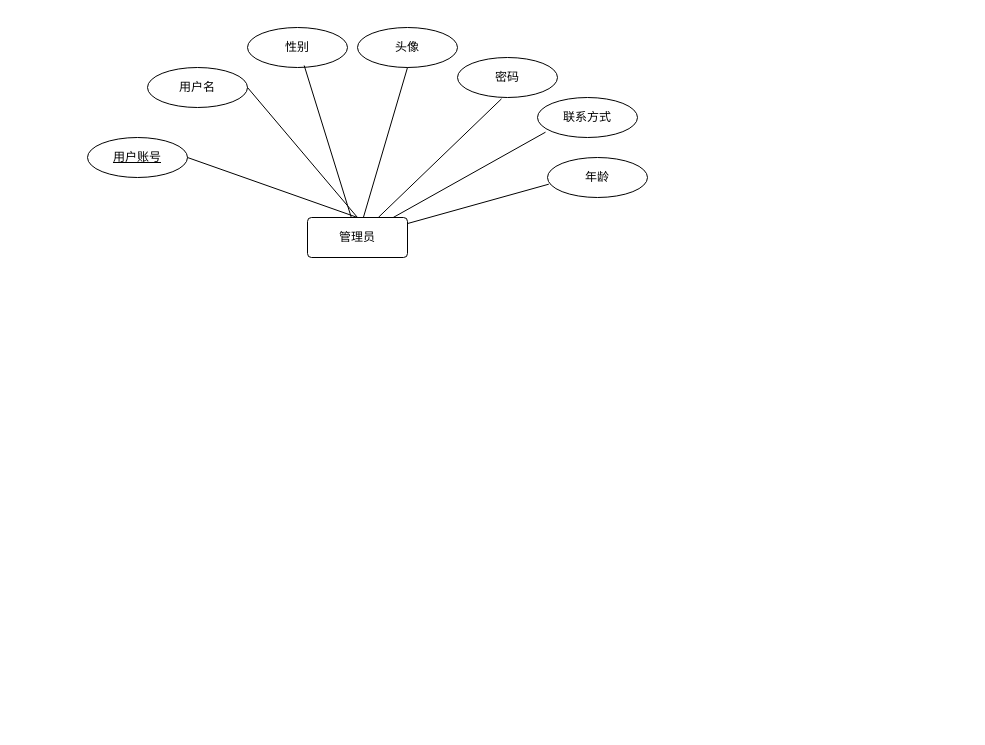
Earlier version of the draw.io diagram 毕设实体E-R图.drawio (pasesc/public_page). Source tidied: cells renumbered, new cells numbered last; positions are measured from the earlier drawing's top-left corner, leaving out a move shared by most shapes. Both pictures are drawn from the tidied source at 100%, with x=0, y=0 at pixel (87, 27).
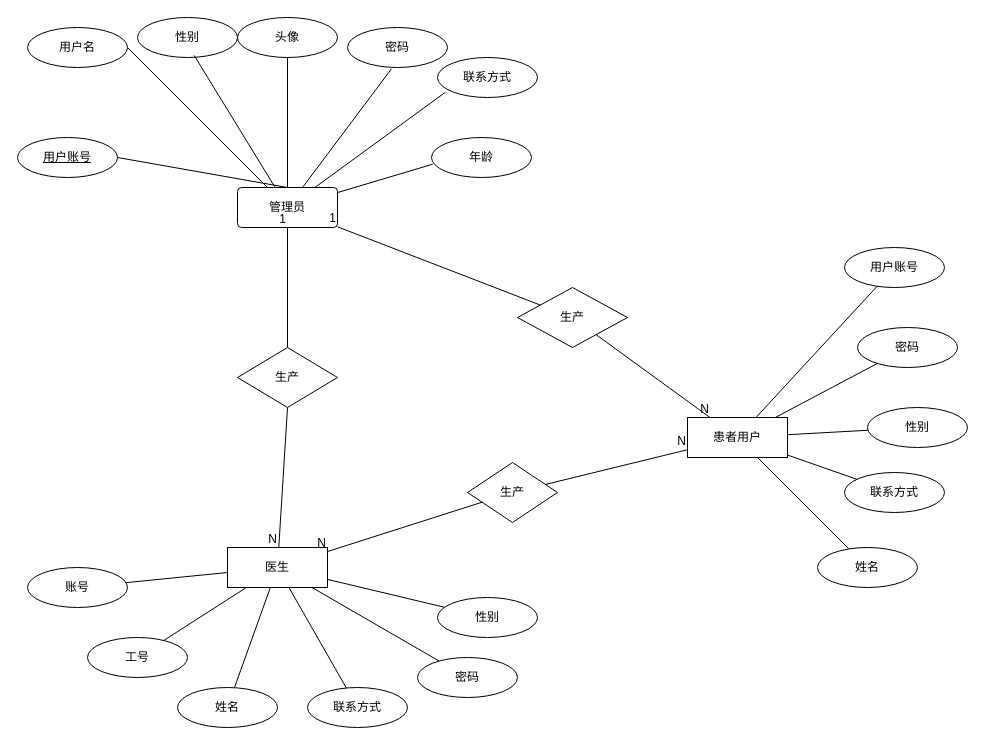
After the change.

Commit message (it also covers changes not shown here):
更新毕设实体E-R图.drawio

Diff of the diagram source:
```diff
@@
     <mxCell id="2" value="管理员" style="rounded=1;arcSize=10;whiteSpace=wrap;html=1;align=center;" parent="1" vertex="1">
-      <mxGeometry x="220" y="190" width="100" height="40" as="geometry" />
+      <mxGeometry x="150" y="160" width="100" height="40" as="geometry" />
     </mxCell>
     <mxCell id="3" value="用户账号" style="ellipse;whiteSpace=wrap;html=1;align=center;fontStyle=4;" parent="1" vertex="1">
-      <mxGeometry y="110" width="100" height="40" as="geometry" />
+      <mxGeometry x="-70" y="110" width="100" height="40" as="geometry" />
     </mxCell>
     <mxCell id="4" value="用户名" style="ellipse;whiteSpace=wrap;html=1;align=center;" parent="1" vertex="1">
-      <mxGeometry x="60" y="40" width="100" height="40" as="geometry" />
+      <mxGeometry x="-60" width="100" height="40" as="geometry" />
     </mxCell>
     <mxCell id="5" value="性别" style="ellipse;whiteSpace=wrap;html=1;align=center;" parent="1" vertex="1">
-      <mxGeometry x="160" width="100" height="40" as="geometry" />
+      <mxGeometry x="50" y="-10" width="100" height="40" as="geometry" />
     </mxCell>
     <mxCell id="6" value="头像" style="ellipse;whiteSpace=wrap;html=1;align=center;" parent="1" vertex="1">
-      <mxGeometry x="270" width="100" height="40" as="geometry" />
+      <mxGeometry x="150" y="-10" width="100" height="40" as="geometry" />
     </mxCell>
     <mxCell id="7" value="密码" style="ellipse;whiteSpace=wrap;html=1;align=center;" parent="1" vertex="1">
-      <mxGeometry x="370" y="30" width="100" height="40" as="geometry" />
+      <mxGeometry x="260" width="100" height="40" as="geometry" />
     </mxCell>
     <mxCell id="8" value="联系方式" style="ellipse;whiteSpace=wrap;html=1;align=center;" parent="1" vertex="1">
-      <mxGeometry x="450" y="70" width="100" height="40" as="geometry" />
+      <mxGeometry x="350" y="30" width="100" height="40" as="geometry" />
     </mxCell>
     <mxCell id="9" value="年龄" style="ellipse;whiteSpace=wrap;html=1;align=center;" parent="1" vertex="1">
-      <mxGeometry x="460" y="130" width="100" height="40" as="geometry" />
+      <mxGeometry x="344" y="110" width="100" height="40" as="geometry" />
     </mxCell>
@@
-    <mxCell id="11" style="endArrow=none;html=1;rounded=0;exitX=1;exitY=0.5;exitDx=0;exitDy=0;" parent="1" edge="1" source="4">
-      <mxGeometry relative="1" as="geometry">
-        <mxPoint x="270" y="190" as="targetPoint" />
-      </mxGeometry>
+    <mxCell id="11" style="endArrow=none;html=1;rounded=0;exitX=1;exitY=0.5;exitDx=0;exitDy=0;" parent="1" edge="1" source="4" target="2">
+      <mxGeometry relative="1" as="geometry" />
     </mxCell>
@@
+    <mxCell id="17" value="医生" style="whiteSpace=wrap;html=1;align=center;" parent="1" vertex="1">
+      <mxGeometry x="140" y="520" width="100" height="40" as="geometry" />
+    </mxCell>
+    <mxCell id="18" value="患者用户" style="whiteSpace=wrap;html=1;align=center;" parent="1" vertex="1">
+      <mxGeometry x="600" y="390" width="100" height="40" as="geometry" />
+    </mxCell>
+    <mxCell id="19" value="工号" style="ellipse;whiteSpace=wrap;html=1;align=center;" parent="1" vertex="1">
+      <mxGeometry y="610" width="100" height="40" as="geometry" />
+    </mxCell>
+    <mxCell id="20" value="账号" style="ellipse;whiteSpace=wrap;html=1;align=center;" parent="1" vertex="1">
+      <mxGeometry x="-60" y="540" width="100" height="40" as="geometry" />
+    </mxCell>
+    <mxCell id="21" value="姓名" style="ellipse;whiteSpace=wrap;html=1;align=center;" parent="1" vertex="1">
+      <mxGeometry x="90" y="660" width="100" height="40" as="geometry" />
+    </mxCell>
+    <mxCell id="22" value="联系方式" style="ellipse;whiteSpace=wrap;html=1;align=center;" parent="1" vertex="1">
+      <mxGeometry x="220" y="660" width="100" height="40" as="geometry" />
+    </mxCell>
+    <mxCell id="23" value="姓名" style="ellipse;whiteSpace=wrap;html=1;align=center;" parent="1" vertex="1">
+      <mxGeometry x="730" y="520" width="100" height="40" as="geometry" />
+    </mxCell>
+    <mxCell id="24" value="密码" style="ellipse;whiteSpace=wrap;html=1;align=center;" parent="1" vertex="1">
+      <mxGeometry x="330" y="630" width="100" height="40" as="geometry" />
+    </mxCell>
+    <mxCell id="25" value="性别" style="ellipse;whiteSpace=wrap;html=1;align=center;" parent="1" vertex="1">
+      <mxGeometry x="780" y="380" width="100" height="40" as="geometry" />
+    </mxCell>
+    <mxCell id="26" value="联系方式" style="ellipse;whiteSpace=wrap;html=1;align=center;" parent="1" vertex="1">
+      <mxGeometry x="757" y="445" width="100" height="40" as="geometry" />
+    </mxCell>
+    <mxCell id="27" value="密码" style="ellipse;whiteSpace=wrap;html=1;align=center;" parent="1" vertex="1">
+      <mxGeometry x="770" y="300" width="100" height="40" as="geometry" />
+    </mxCell>
+    <mxCell id="28" value="用户账号" style="ellipse;whiteSpace=wrap;html=1;align=center;" parent="1" vertex="1">
+      <mxGeometry x="757" y="220" width="100" height="40" as="geometry" />
+    </mxCell>
+    <mxCell id="29" value="性别" style="ellipse;whiteSpace=wrap;html=1;align=center;" parent="1" vertex="1">
+      <mxGeometry x="350" y="570" width="100" height="40" as="geometry" />
+    </mxCell>
+    <mxCell id="30" style="endArrow=none;html=1;rounded=0;" parent="1" edge="1" source="20" target="17">
+      <mxGeometry relative="1" as="geometry" />
+    </mxCell>
+    <mxCell id="31" style="endArrow=none;html=1;rounded=0;" parent="1" edge="1" source="19" target="17">
+      <mxGeometry relative="1" as="geometry" />
+    </mxCell>
+    <mxCell id="32" style="endArrow=none;html=1;rounded=0;" parent="1" edge="1" source="21" target="17">
+      <mxGeometry relative="1" as="geometry" />
+    </mxCell>
+    <mxCell id="33" style="endArrow=none;html=1;rounded=0;" parent="1" edge="1" source="17" target="22">
+      <mxGeometry relative="1" as="geometry" />
+    </mxCell>
+    <mxCell id="34" style="endArrow=none;html=1;rounded=0;" parent="1" edge="1" source="17" target="24">
+      <mxGeometry relative="1" as="geometry" />
+    </mxCell>
+    <mxCell id="35" style="endArrow=none;html=1;rounded=0;" parent="1" edge="1" source="17" target="29">
+      <mxGeometry relative="1" as="geometry" />
+    </mxCell>
+    <mxCell id="36" style="endArrow=none;html=1;rounded=0;" parent="1" edge="1" source="18" target="23">
+      <mxGeometry relative="1" as="geometry" />
+    </mxCell>
+    <mxCell id="37" style="endArrow=none;html=1;rounded=0;" parent="1" edge="1" source="18" target="26">
+      <mxGeometry relative="1" as="geometry" />
+    </mxCell>
+    <mxCell id="38" style="endArrow=none;html=1;rounded=0;" parent="1" edge="1" source="18" target="25">
+      <mxGeometry relative="1" as="geometry" />
+    </mxCell>
+    <mxCell id="39" style="endArrow=none;html=1;rounded=0;" parent="1" edge="1" source="18" target="27">
+      <mxGeometry relative="1" as="geometry" />
+    </mxCell>
+    <mxCell id="40" style="endArrow=none;html=1;rounded=0;" parent="1" edge="1" source="18" target="28">
+      <mxGeometry relative="1" as="geometry" />
+    </mxCell>
+    <mxCell id="41" value="生产" style="shape=rhombus;perimeter=rhombusPerimeter;whiteSpace=wrap;html=1;align=center;" parent="1" vertex="1">
+      <mxGeometry x="150" y="320" width="100" height="60" as="geometry" />
+    </mxCell>
+    <mxCell id="42" style="endArrow=none;html=1;rounded=0;exitX=0.5;exitY=1;exitDx=0;exitDy=0;" parent="1" edge="1" source="41" target="17">
+      <mxGeometry relative="1" as="geometry" />
+    </mxCell>
+    <mxCell id="43" value="N" style="html=1;whiteSpace=wrap;align=right;verticalAlign=bottom;" parent="42" vertex="1">
+      <mxGeometry x="1" relative="1" as="geometry" />
+    </mxCell>
+    <mxCell id="44" style="endArrow=none;html=1;rounded=0;entryX=0.5;entryY=1;entryDx=0;entryDy=0;" parent="1" edge="1" source="41" target="2">
+      <mxGeometry relative="1" as="geometry" />
+    </mxCell>
+    <mxCell id="45" value="1" style="html=1;whiteSpace=wrap;align=right;verticalAlign=bottom;" parent="44" vertex="1">
+      <mxGeometry x="1" relative="1" as="geometry" />
+    </mxCell>
+    <mxCell id="46" value="生产" style="shape=rhombus;perimeter=rhombusPerimeter;whiteSpace=wrap;html=1;align=center;" parent="1" vertex="1">
+      <mxGeometry x="430" y="260" width="110" height="60" as="geometry" />
+    </mxCell>
+    <mxCell id="47" style="endArrow=none;html=1;rounded=0;" parent="1" edge="1" source="46" target="18">
+      <mxGeometry relative="1" as="geometry" />
+    </mxCell>
+    <mxCell id="48" value="N" style="html=1;whiteSpace=wrap;align=right;verticalAlign=bottom;" parent="47" vertex="1">
+      <mxGeometry x="1" relative="1" as="geometry" />
+    </mxCell>
+    <mxCell id="49" style="endArrow=none;html=1;rounded=0;" parent="1" edge="1" source="46" target="2">
+      <mxGeometry relative="1" as="geometry" />
+    </mxCell>
+    <mxCell id="50" value="1" style="html=1;whiteSpace=wrap;align=right;verticalAlign=bottom;" parent="49" vertex="1">
+      <mxGeometry x="1" relative="1" as="geometry" />
+    </mxCell>
+    <mxCell id="51" value="生产" style="shape=rhombus;perimeter=rhombusPerimeter;whiteSpace=wrap;html=1;align=center;" parent="1" vertex="1">
+      <mxGeometry x="380" y="435" width="90" height="60" as="geometry" />
+    </mxCell>
+    <mxCell id="52" style="endArrow=none;html=1;rounded=0;" parent="1" edge="1" source="51" target="17">
+      <mxGeometry relative="1" as="geometry" />
+    </mxCell>
+    <mxCell id="53" value="N" style="html=1;whiteSpace=wrap;align=right;verticalAlign=bottom;" parent="52" vertex="1">
+      <mxGeometry x="1" relative="1" as="geometry" />
+    </mxCell>
+    <mxCell id="54" style="endArrow=none;html=1;rounded=0;" parent="1" edge="1" source="51" target="18">
+      <mxGeometry relative="1" as="geometry" />
+    </mxCell>
+    <mxCell id="55" value="N" style="html=1;whiteSpace=wrap;align=right;verticalAlign=bottom;" parent="54" vertex="1">
+      <mxGeometry x="1" relative="1" as="geometry" />
+    </mxCell>
```
